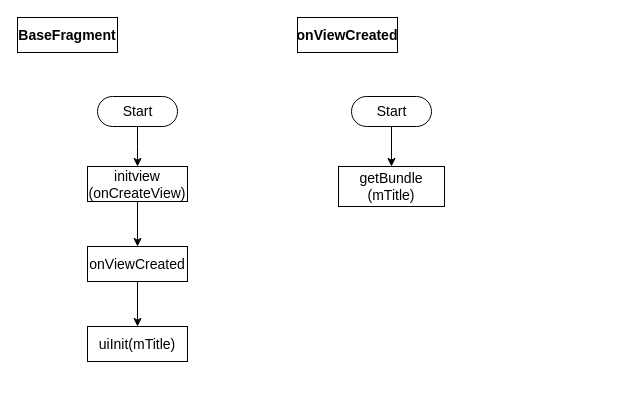
Before: page "BaseFragment" (4 of 12) of 一般流程.drawio in ccckyc/draw, a draw.io diagram. Source tidied: cells renumbered, new cells numbered last; positions are measured from the earlier drawing's top-left corner, leaving out a move shared by most shapes. Both pictures are drawn from the tidied source at 100%, with x=0, y=0 at pixel (17, 17).
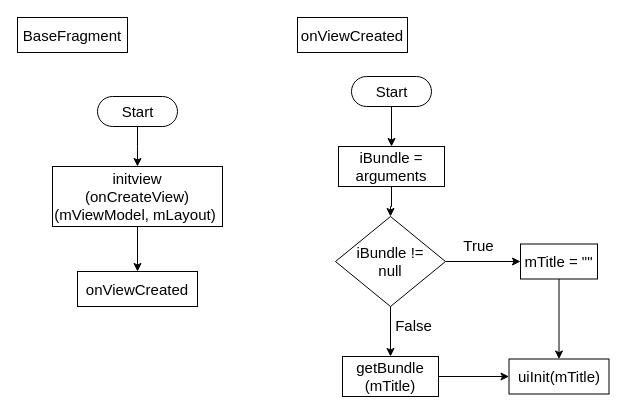
After the change.

Diff of the diagram source:
```diff
@@
-    <mxCell id="2" style="edgeStyle=orthogonalEdgeStyle;rounded=0;jettySize=auto;html=1;" parent="1" edge="1" source="3">
+    <mxCell id="2" style="edgeStyle=orthogonalEdgeStyle;rounded=0;jettySize=auto;html=1;fontFamily=Helvetica;fontStyle=0;fontSize=15;" parent="1" edge="1" source="3">
       <mxGeometry relative="1" as="geometry">
         <mxPoint x="120" y="149" as="targetPoint" />
       </mxGeometry>
     </mxCell>
-    <mxCell id="3" value="Start" style="html=1;dashed=0;whitespace=wrap;shape=mxgraph.dfd.start;fontStyle=0;fontSize=14;" parent="1" vertex="1">
+    <mxCell id="3" value="Start" style="html=1;dashed=0;whitespace=wrap;shape=mxgraph.dfd.start;fontStyle=0;fontSize=15;fontFamily=Helvetica;" parent="1" vertex="1">
       <mxGeometry x="80" y="79" width="80" height="30" as="geometry" />
     </mxCell>
-    <mxCell id="4" style="edgeStyle=orthogonalEdgeStyle;rounded=0;jettySize=auto;html=1;fontSize=14;" parent="1" edge="1" source="5" target="8">
+    <mxCell id="4" style="edgeStyle=orthogonalEdgeStyle;rounded=0;jettySize=auto;html=1;labelBackgroundColor=#FFFFFF;labelBorderColor=none;fontFamily=Helvetica;fontSize=15;fontColor=#000000;strokeColor=#000000;strokeWidth=1;" parent="1" edge="1" source="5" target="8">
       <mxGeometry relative="1" as="geometry" />
     </mxCell>
-    <mxCell id="5" value="initview&lt;br&gt;(onCreateView)" style="whiteSpace=wrap;html=1;fontSize=14;dashed=0;fontStyle=0;" parent="1" vertex="1">
-      <mxGeometry x="70" y="149" width="100" height="35" as="geometry" />
+    <mxCell id="5" value="initview&lt;br&gt;(onCreateView)&lt;br&gt;(mViewModel, mLayout)&amp;nbsp;" style="whiteSpace=wrap;html=1;fontSize=15;dashed=0;fontStyle=0;fontFamily=Helvetica;" parent="1" vertex="1">
+      <mxGeometry x="35" y="149" width="170" height="60" as="geometry" />
     </mxCell>
-    <mxCell id="6" value="BaseFragment" style="whiteSpace=wrap;html=1;fontSize=14;dashed=0;fontStyle=1;" parent="1" vertex="1">
-      <mxGeometry width="100" height="35" as="geometry" />
+    <mxCell id="6" value="BaseFragment" style="whiteSpace=wrap;html=1;fontSize=15;dashed=0;fontStyle=0;fontFamily=Helvetica;" parent="1" vertex="1">
+      <mxGeometry width="110" height="35" as="geometry" />
     </mxCell>
-    <mxCell id="7" style="edgeStyle=orthogonalEdgeStyle;rounded=0;jettySize=auto;html=1;fontSize=14;" parent="1" edge="1" source="8" target="13">
-      <mxGeometry relative="1" as="geometry" />
-    </mxCell>
-    <mxCell id="8" value="onViewCreated" style="whiteSpace=wrap;html=1;fontSize=14;dashed=0;fontStyle=0;" parent="1" vertex="1">
-      <mxGeometry x="70" y="229" width="100" height="35" as="geometry" />
+    <mxCell id="8" value="onViewCreated" style="whiteSpace=wrap;html=1;fontSize=15;dashed=0;fontStyle=0;fontFamily=Helvetica;" parent="1" vertex="1">
+      <mxGeometry x="60" y="254" width="120" height="35" as="geometry" />
     </mxCell>
-    <mxCell id="9" value="onViewCreated" style="whiteSpace=wrap;html=1;fontSize=14;dashed=0;fontStyle=1;" parent="1" vertex="1">
-      <mxGeometry x="280" width="100" height="35" as="geometry" />
+    <mxCell id="9" value="onViewCreated" style="whiteSpace=wrap;html=1;fontSize=15;dashed=0;fontStyle=0;fontFamily=Helvetica;" parent="1" vertex="1">
+      <mxGeometry x="280" width="110" height="35" as="geometry" />
     </mxCell>
-    <mxCell id="10" style="edgeStyle=orthogonalEdgeStyle;rounded=0;jettySize=auto;html=1;fontSize=14;" parent="1" edge="1" source="11" target="12">
+    <mxCell id="10" style="edgeStyle=orthogonalEdgeStyle;rounded=0;jettySize=auto;html=1;fontSize=15;fontFamily=Helvetica;fontStyle=0;" parent="1" edge="1" source="11" target="12">
       <mxGeometry relative="1" as="geometry" />
     </mxCell>
-    <mxCell id="11" value="Start" style="html=1;dashed=0;whitespace=wrap;shape=mxgraph.dfd.start;fontStyle=0;fontSize=14;" parent="1" vertex="1">
-      <mxGeometry x="334" y="79" width="80" height="30" as="geometry" />
+    <mxCell id="11" value="Start" style="html=1;dashed=0;whitespace=wrap;shape=mxgraph.dfd.start;fontStyle=0;fontSize=15;fontFamily=Helvetica;" parent="1" vertex="1">
+      <mxGeometry x="334" y="59" width="80" height="30" as="geometry" />
     </mxCell>
+    <mxCell id="14" style="edgeStyle=orthogonalEdgeStyle;rounded=0;jettySize=auto;html=1;labelBackgroundColor=#FFFFFF;labelBorderColor=none;fontFamily=Helvetica;fontSize=15;fontColor=#000000;strokeColor=#000000;strokeWidth=1;" parent="1" edge="1" source="12" target="19">
+      <mxGeometry relative="1" as="geometry" />
+    </mxCell>
-    <mxCell id="12" value="getBundle&lt;br&gt;(mTitle)" style="whiteSpace=wrap;html=1;fontSize=14;dashed=0;fontStyle=0;" parent="1" vertex="1">
-      <mxGeometry x="321" y="149" width="106" height="40" as="geometry" />
+    <mxCell id="12" value="iBundle = arguments" style="whiteSpace=wrap;html=1;fontSize=15;dashed=0;fontStyle=0;fontFamily=Helvetica;" parent="1" vertex="1">
+      <mxGeometry x="321" y="129" width="106" height="40" as="geometry" />
     </mxCell>
-    <mxCell id="13" value="uiInit(mTitle)" style="whiteSpace=wrap;html=1;fontSize=14;dashed=0;fontStyle=0;" parent="1" vertex="1">
-      <mxGeometry x="70" y="309" width="100" height="35" as="geometry" />
+    <mxCell id="13" value="uiInit(mTitle)" style="whiteSpace=wrap;html=1;fontSize=15;dashed=0;fontStyle=0;fontFamily=Helvetica;" parent="1" vertex="1">
+      <mxGeometry x="491.5" y="341.5" width="100" height="35" as="geometry" />
     </mxCell>
+    <mxCell id="15" style="edgeStyle=orthogonalEdgeStyle;rounded=0;jettySize=auto;html=1;labelBackgroundColor=#FFFFFF;labelBorderColor=none;fontFamily=Helvetica;fontSize=15;fontColor=#000000;strokeColor=#000000;strokeWidth=1;" parent="1" edge="1" source="19" target="21">
+      <mxGeometry relative="1" as="geometry" />
+    </mxCell>
+    <mxCell id="16" value="True" style="edgeLabel;html=1;align=center;verticalAlign=middle;fontSize=15;fontFamily=Helvetica;fontColor=#000000;" parent="15" vertex="1">
+      <mxGeometry x="-0.21" y="-1" relative="1" as="geometry">
+        <mxPoint x="2" y="-18" as="offset" />
+      </mxGeometry>
+    </mxCell>
+    <mxCell id="17" style="edgeStyle=orthogonalEdgeStyle;rounded=0;jettySize=auto;html=1;labelBackgroundColor=#FFFFFF;labelBorderColor=none;fontFamily=Helvetica;fontSize=15;fontColor=#000000;strokeColor=#000000;strokeWidth=1;" parent="1" edge="1" source="19" target="23">
+      <mxGeometry relative="1" as="geometry" />
+    </mxCell>
+    <mxCell id="18" value="False" style="edgeLabel;html=1;align=center;verticalAlign=middle;fontSize=15;fontFamily=Helvetica;fontColor=#000000;" parent="17" vertex="1">
+      <mxGeometry x="-0.36" y="1" relative="1" as="geometry">
+        <mxPoint x="21" y="2" as="offset" />
+      </mxGeometry>
+    </mxCell>
+    <mxCell id="19" value="iBundle != &lt;br&gt;null" style="rhombus;whiteSpace=wrap;html=1;fontSize=15;dashed=0;fontStyle=0;" parent="1" vertex="1">
+      <mxGeometry x="318" y="199" width="110" height="90" as="geometry" />
+    </mxCell>
+    <mxCell id="20" style="edgeStyle=orthogonalEdgeStyle;rounded=0;jettySize=auto;html=1;labelBackgroundColor=#FFFFFF;labelBorderColor=none;fontFamily=Helvetica;fontSize=15;fontColor=#000000;strokeColor=#000000;strokeWidth=1;" parent="1" edge="1" source="21" target="13">
+      <mxGeometry relative="1" as="geometry" />
+    </mxCell>
+    <mxCell id="21" value="mTitle = &quot;&quot;" style="whiteSpace=wrap;html=1;fontSize=15;dashed=0;fontStyle=0;" parent="1" vertex="1">
+      <mxGeometry x="503" y="226.5" width="77" height="35" as="geometry" />
+    </mxCell>
+    <mxCell id="22" style="edgeStyle=orthogonalEdgeStyle;rounded=0;jettySize=auto;html=1;labelBackgroundColor=#FFFFFF;labelBorderColor=none;fontFamily=Helvetica;fontSize=15;fontColor=#000000;strokeColor=#000000;strokeWidth=1;" parent="1" edge="1" source="23" target="13">
+      <mxGeometry relative="1" as="geometry" />
+    </mxCell>
+    <mxCell id="23" value="&lt;div&gt;getBundle&lt;/div&gt;&lt;div&gt;(mTitle)&lt;/div&gt;" style="whiteSpace=wrap;html=1;fontSize=15;dashed=0;fontStyle=0;" parent="1" vertex="1">
+      <mxGeometry x="325" y="339" width="96" height="40" as="geometry" />
+    </mxCell>
```
